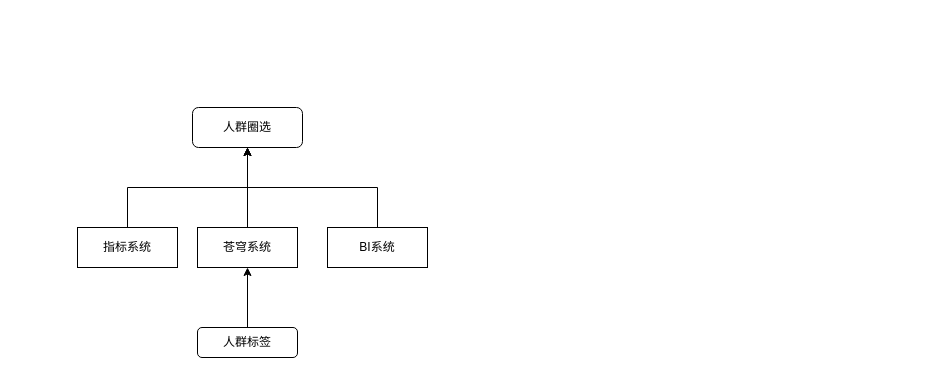
This is 现有架构.drawio from wbbhacker/drawFile, a draw.io file, before an edit. Source tidied: cells renumbered, new cells numbered last; positions are measured from the earlier drawing's top-left corner, leaving out a move shared by most shapes. Both pictures are drawn from the tidied source at 100%, with x=0, y=0 at pixel (77, 107).
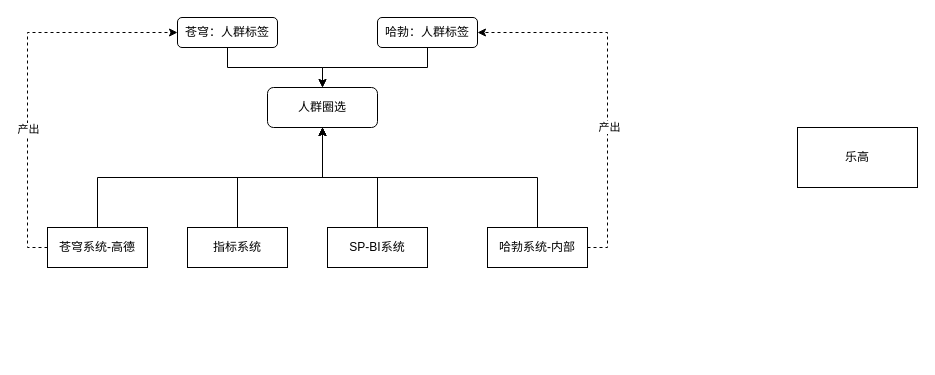
The same page after the edit.

Commit message:
更新现有架构.drawio

The edit, as a diff of the source:
```diff
@@
     <mxCell id="3" value="指标系统" style="rounded=0;whiteSpace=wrap;html=1;" parent="1" vertex="1">
-      <mxGeometry y="120" width="100" height="40" as="geometry" />
+      <mxGeometry x="110" y="120" width="100" height="40" as="geometry" />
     </mxCell>
@@
+    <mxCell id="11" style="edgeStyle=orthogonalEdgeStyle;rounded=0;jettySize=auto;html=1;exitX=0;exitY=0.5;exitDx=0;exitDy=0;entryX=0;entryY=0.5;entryDx=0;entryDy=0;dashed=1;" parent="1" edge="1" source="5" target="9">
+      <mxGeometry relative="1" as="geometry" />
+    </mxCell>
+    <mxCell id="12" value="产出" style="edgeLabel;html=1;align=center;verticalAlign=middle;" parent="11" vertex="1">
+      <mxGeometry x="-0.28" relative="1" as="geometry" />
+    </mxCell>
-    <mxCell id="5" value="苍穹系统" style="rounded=0;whiteSpace=wrap;html=1;" parent="1" vertex="1">
-      <mxGeometry x="120" y="120" width="100" height="40" as="geometry" />
+    <mxCell id="5" value="苍穹系统-高德" style="rounded=0;whiteSpace=wrap;html=1;" parent="1" vertex="1">
+      <mxGeometry x="-30" y="120" width="100" height="40" as="geometry" />
     </mxCell>
@@
-    <mxCell id="7" value="BI系统" style="rounded=0;whiteSpace=wrap;html=1;" parent="1" vertex="1">
+    <mxCell id="7" value="SP-BI系统" style="rounded=0;whiteSpace=wrap;html=1;" parent="1" vertex="1">
       <mxGeometry x="250" y="120" width="100" height="40" as="geometry" />
     </mxCell>
-    <mxCell id="8" style="edgeStyle=orthogonalEdgeStyle;rounded=0;jettySize=auto;html=1;exitX=0.5;exitY=0;exitDx=0;exitDy=0;entryX=0.5;entryY=1;entryDx=0;entryDy=0;" parent="1" edge="1" source="9" target="5">
-      <mxGeometry relative="1" as="geometry" />
-    </mxCell>
+    <mxCell id="13" style="edgeStyle=orthogonalEdgeStyle;rounded=0;jettySize=auto;html=1;exitX=0.5;exitY=1;exitDx=0;exitDy=0;entryX=0.5;entryY=0;entryDx=0;entryDy=0;" parent="1" edge="1" source="9" target="10">
+      <mxGeometry relative="1" as="geometry" />
+    </mxCell>
-    <mxCell id="9" value="人群标签" style="rounded=1;whiteSpace=wrap;html=1;" parent="1" vertex="1">
-      <mxGeometry x="120" y="220" width="100" height="30" as="geometry" />
+    <mxCell id="9" value="苍穹：人群标签" style="rounded=1;whiteSpace=wrap;html=1;" parent="1" vertex="1">
+      <mxGeometry x="100" y="-90" width="100" height="30" as="geometry" />
     </mxCell>
     <mxCell id="10" value="人群圈选" style="rounded=1;whiteSpace=wrap;html=1;" parent="1" vertex="1">
-      <mxGeometry x="115" width="110" height="40" as="geometry" />
+      <mxGeometry x="190" y="-20" width="110" height="40" as="geometry" />
     </mxCell>
+    <mxCell id="14" style="edgeStyle=orthogonalEdgeStyle;rounded=0;jettySize=auto;html=1;exitX=0.5;exitY=0;exitDx=0;exitDy=0;entryX=0.5;entryY=1;entryDx=0;entryDy=0;" parent="1" edge="1" source="17" target="10">
+      <mxGeometry relative="1" as="geometry" />
+    </mxCell>
+    <mxCell id="15" style="edgeStyle=orthogonalEdgeStyle;rounded=0;jettySize=auto;html=1;exitX=1;exitY=0.5;exitDx=0;exitDy=0;entryX=1;entryY=0.5;entryDx=0;entryDy=0;dashed=1;" parent="1" edge="1" source="17" target="19">
+      <mxGeometry relative="1" as="geometry" />
+    </mxCell>
+    <mxCell id="16" value="产出" style="edgeLabel;html=1;align=center;verticalAlign=middle;" parent="15" vertex="1">
+      <mxGeometry x="-0.23" y="-1" relative="1" as="geometry" />
+    </mxCell>
+    <mxCell id="17" value="哈勃系统-内部" style="rounded=0;whiteSpace=wrap;html=1;" parent="1" vertex="1">
+      <mxGeometry x="410" y="120" width="100" height="40" as="geometry" />
+    </mxCell>
+    <mxCell id="18" style="edgeStyle=orthogonalEdgeStyle;rounded=0;jettySize=auto;html=1;exitX=0.5;exitY=1;exitDx=0;exitDy=0;entryX=0.5;entryY=0;entryDx=0;entryDy=0;" parent="1" edge="1" source="19" target="10">
+      <mxGeometry relative="1" as="geometry" />
+    </mxCell>
+    <mxCell id="19" value="哈勃：人群标签" style="rounded=1;whiteSpace=wrap;html=1;" parent="1" vertex="1">
+      <mxGeometry x="300" y="-90" width="100" height="30" as="geometry" />
+    </mxCell>
+    <mxCell id="20" value="乐高" style="rounded=0;whiteSpace=wrap;html=1;" parent="1" vertex="1">
+      <mxGeometry x="720" y="20" width="120" height="60" as="geometry" />
+    </mxCell>
+    <mxCell id="21" style="edgeStyle=orthogonalEdgeStyle;rounded=0;orthogonalLoop=1;jettySize=auto;html=1;exitX=0.5;exitY=1;exitDx=0;exitDy=0;" parent="1" edge="1" source="19" target="19">
+      <mxGeometry relative="1" as="geometry" />
+    </mxCell>
```
